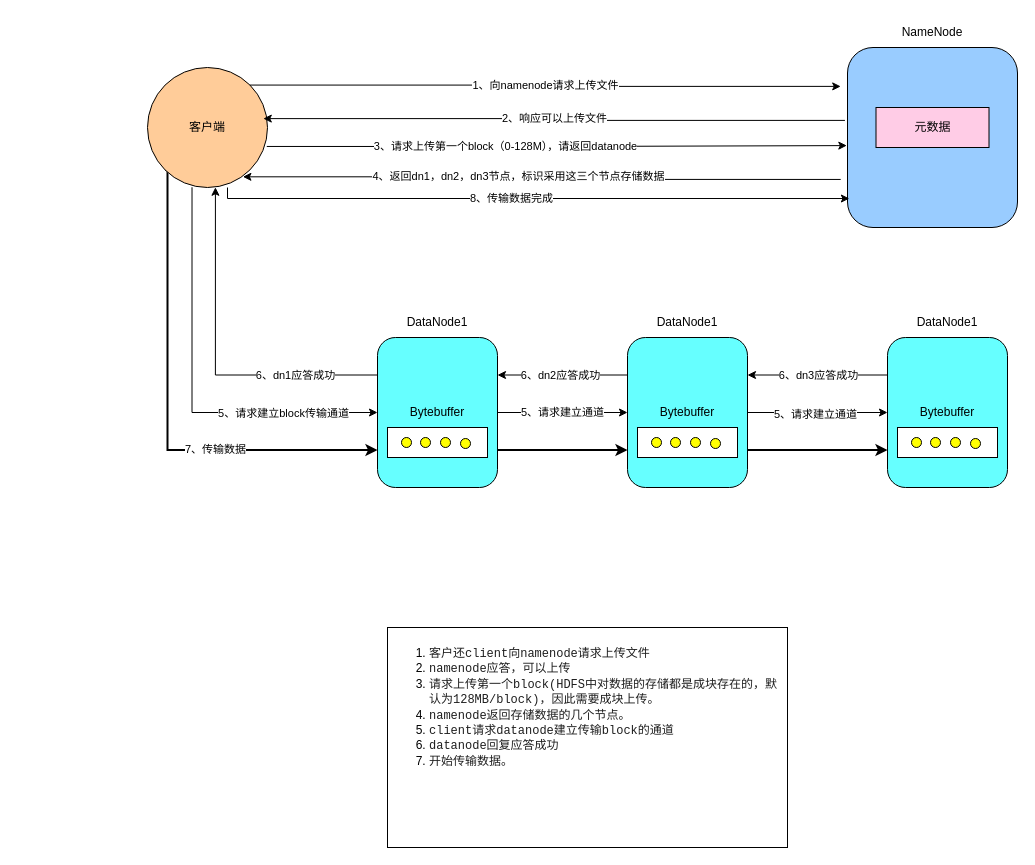
Earlier version of the draw.io diagram page "HDFS的写数据流程" (1 of 2) of hadoop-dfs.drawio (LiHuiBin1995/study-java). Source tidied: cells renumbered, new cells numbered last; positions are measured from the earlier drawing's top-left corner, leaving out a move shared by most shapes. Both pictures are drawn from the tidied source at 100%, with x=0, y=0 at pixel (147, 17).
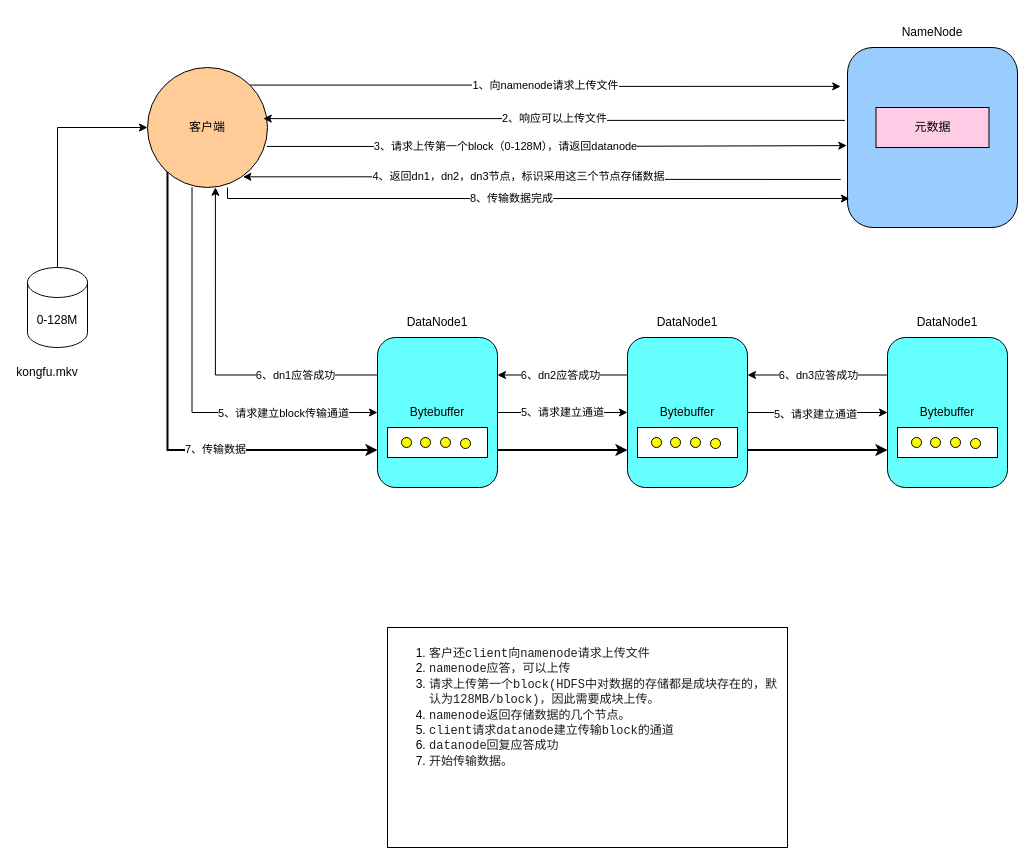
The same page after the edit.

Unchanged cells that the change refers to:
```xml
<mxCell id="6" value="客户端" style="ellipse;whiteSpace=wrap;html=1;fillColor=#FFCC99;" parent="1" vertex="1">
  <mxGeometry y="50" width="120" height="120" as="geometry" />
</mxCell>
```

The edit, as a diff of the source:
```diff
@@
+    <mxCell id="63" style="edgeStyle=orthogonalEdgeStyle;rounded=0;jettySize=auto;html=1;exitX=0.5;exitY=0;exitDx=0;exitDy=0;exitPerimeter=0;entryX=0;entryY=0.5;entryDx=0;entryDy=0;flowAnimation=1;" parent="1" edge="1" source="64" target="6">
+      <mxGeometry relative="1" as="geometry" />
+    </mxCell>
+    <mxCell id="64" value="0-128M" style="shape=cylinder3;whiteSpace=wrap;html=1;boundedLbl=1;backgroundOutline=1;size=15;" parent="1" vertex="1">
+      <mxGeometry x="-120" y="250" width="60" height="80" as="geometry" />
+    </mxCell>
+    <mxCell id="65" value="kongfu.mkv" style="text;html=1;align=center;verticalAlign=middle;whiteSpace=wrap;rounded=0;" parent="1" vertex="1">
+      <mxGeometry x="-130" y="340" width="60" height="30" as="geometry" />
+    </mxCell>
```
